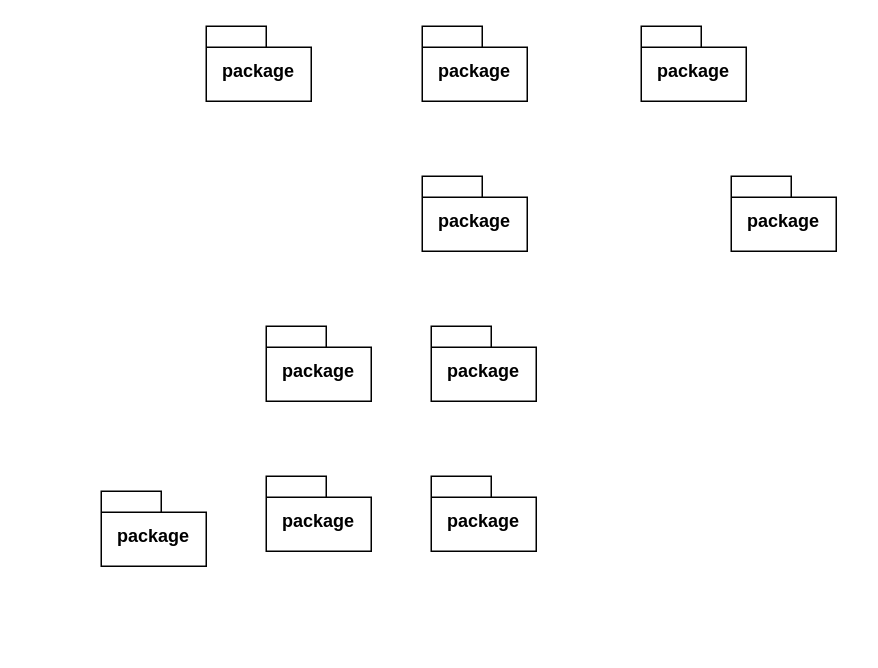
This is Diagrama_pacotes.drawio from davimicale/Patinho-Feio-do-Legume, a draw.io file, before an edit. Source tidied: cells renumbered, new cells numbered last; positions are measured from the earlier drawing's top-left corner, leaving out a move shared by most shapes. Both pictures are drawn from the tidied source at 150%, with x=0, y=0 at pixel (100, 26).
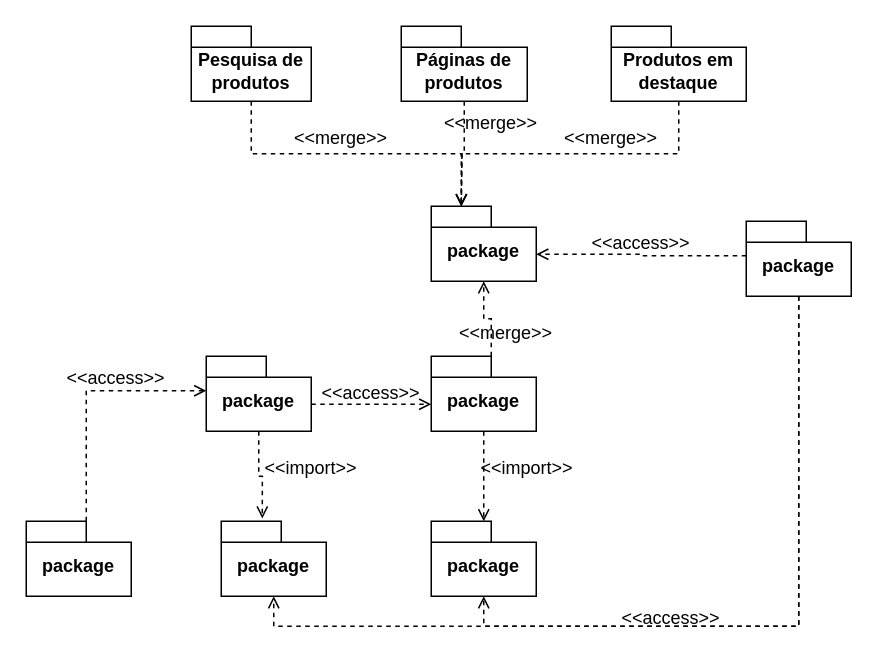
The same diagram, later.

Change to the diagram source:
```diff
@@
-    <mxCell id="2" value="package" style="shape=folder;fontStyle=1;spacingTop=10;tabWidth=40;tabHeight=14;tabPosition=left;html=1;whiteSpace=wrap;" parent="1" vertex="1">
-      <mxGeometry x="70" width="70" height="50" as="geometry" />
+    <mxCell id="2" value="Pesquisa de produtos" style="shape=folder;fontStyle=1;spacingTop=10;tabWidth=40;tabHeight=14;tabPosition=left;html=1;whiteSpace=wrap;" parent="1" vertex="1">
+      <mxGeometry x="60" width="80" height="50" as="geometry" />
     </mxCell>
+    <mxCell id="12" style="edgeStyle=orthogonalEdgeStyle;rounded=0;jettySize=auto;html=1;exitX=0.5;exitY=1;exitDx=0;exitDy=0;exitPerimeter=0;endArrow=open;endFill=0;dashed=1;" parent="1" edge="1" source="3">
+      <mxGeometry relative="1" as="geometry">
+        <mxPoint x="240" y="120" as="targetPoint" />
+      </mxGeometry>
+    </mxCell>
-    <mxCell id="3" value="package" style="shape=folder;fontStyle=1;spacingTop=10;tabWidth=40;tabHeight=14;tabPosition=left;html=1;whiteSpace=wrap;" parent="1" vertex="1">
-      <mxGeometry x="214" width="70" height="50" as="geometry" />
+    <mxCell id="3" value="Páginas de produtos" style="shape=folder;fontStyle=1;spacingTop=10;tabWidth=40;tabHeight=14;tabPosition=left;html=1;whiteSpace=wrap;" parent="1" vertex="1">
+      <mxGeometry x="200" width="84" height="50" as="geometry" />
     </mxCell>
+    <mxCell id="13" style="edgeStyle=orthogonalEdgeStyle;rounded=0;jettySize=auto;html=1;exitX=0.5;exitY=1;exitDx=0;exitDy=0;exitPerimeter=0;dashed=1;endArrow=open;endFill=0;" parent="1" edge="1" source="4">
+      <mxGeometry relative="1" as="geometry">
+        <mxPoint x="240" y="120" as="targetPoint" />
+      </mxGeometry>
+    </mxCell>
-    <mxCell id="4" value="package" style="shape=folder;fontStyle=1;spacingTop=10;tabWidth=40;tabHeight=14;tabPosition=left;html=1;whiteSpace=wrap;" parent="1" vertex="1">
-      <mxGeometry x="360" width="70" height="50" as="geometry" />
+    <mxCell id="4" value="Produtos em destaque" style="shape=folder;fontStyle=1;spacingTop=10;tabWidth=40;tabHeight=14;tabPosition=left;html=1;whiteSpace=wrap;" parent="1" vertex="1">
+      <mxGeometry x="340" width="90" height="50" as="geometry" />
     </mxCell>
     <mxCell id="5" value="package" style="shape=folder;fontStyle=1;spacingTop=10;tabWidth=40;tabHeight=14;tabPosition=left;html=1;whiteSpace=wrap;" parent="1" vertex="1">
-      <mxGeometry x="214" y="100" width="70" height="50" as="geometry" />
+      <mxGeometry x="220" y="120" width="70" height="50" as="geometry" />
     </mxCell>
+    <mxCell id="14" style="edgeStyle=orthogonalEdgeStyle;rounded=0;jettySize=auto;html=1;exitX=0.5;exitY=1;exitDx=0;exitDy=0;exitPerimeter=0;dashed=1;endArrow=open;endFill=0;" parent="1" edge="1" source="6" target="7">
+      <mxGeometry relative="1" as="geometry" />
+    </mxCell>
     <mxCell id="6" value="package" style="shape=folder;fontStyle=1;spacingTop=10;tabWidth=40;tabHeight=14;tabPosition=left;html=1;whiteSpace=wrap;" parent="1" vertex="1">
-      <mxGeometry x="220" y="200" width="70" height="50" as="geometry" />
+      <mxGeometry x="220" y="220" width="70" height="50" as="geometry" />
     </mxCell>
     <mxCell id="7" value="package" style="shape=folder;fontStyle=1;spacingTop=10;tabWidth=40;tabHeight=14;tabPosition=left;html=1;whiteSpace=wrap;" parent="1" vertex="1">
-      <mxGeometry x="220" y="300" width="70" height="50" as="geometry" />
+      <mxGeometry x="220" y="330" width="70" height="50" as="geometry" />
     </mxCell>
     <mxCell id="8" value="package" style="shape=folder;fontStyle=1;spacingTop=10;tabWidth=40;tabHeight=14;tabPosition=left;html=1;whiteSpace=wrap;" parent="1" vertex="1">
-      <mxGeometry x="420" y="100" width="70" height="50" as="geometry" />
+      <mxGeometry x="430" y="130" width="70" height="50" as="geometry" />
     </mxCell>
     <mxCell id="9" value="package" style="shape=folder;fontStyle=1;spacingTop=10;tabWidth=40;tabHeight=14;tabPosition=left;html=1;whiteSpace=wrap;" parent="1" vertex="1">
-      <mxGeometry x="110" y="200" width="70" height="50" as="geometry" />
+      <mxGeometry x="70" y="220" width="70" height="50" as="geometry" />
     </mxCell>
     <mxCell id="10" value="package" style="shape=folder;fontStyle=1;spacingTop=10;tabWidth=40;tabHeight=14;tabPosition=left;html=1;whiteSpace=wrap;" parent="1" vertex="1">
-      <mxGeometry x="110" y="300" width="70" height="50" as="geometry" />
+      <mxGeometry x="80" y="330" width="70" height="50" as="geometry" />
     </mxCell>
     <mxCell id="11" value="package" style="shape=folder;fontStyle=1;spacingTop=10;tabWidth=40;tabHeight=14;tabPosition=left;html=1;whiteSpace=wrap;" parent="1" vertex="1">
-      <mxGeometry y="310" width="70" height="50" as="geometry" />
+      <mxGeometry x="-50" y="330" width="70" height="50" as="geometry" />
     </mxCell>
+    <mxCell id="15" style="edgeStyle=orthogonalEdgeStyle;rounded=0;jettySize=auto;html=1;exitX=0.5;exitY=1;exitDx=0;exitDy=0;exitPerimeter=0;entryX=0;entryY=0;entryDx=20;entryDy=0;entryPerimeter=0;dashed=1;endArrow=open;endFill=0;" parent="1" edge="1" source="2" target="5">
+      <mxGeometry relative="1" as="geometry" />
+    </mxCell>
+    <mxCell id="16" value="&amp;lt;&amp;lt;merge&amp;gt;&amp;gt;" style="text;html=1;align=center;verticalAlign=middle;whiteSpace=wrap;rounded=0;" parent="1" vertex="1">
+      <mxGeometry x="310" y="60" width="60" height="30" as="geometry" />
+    </mxCell>
+    <mxCell id="17" value="&amp;lt;&amp;lt;merge&amp;gt;&amp;gt;" style="text;html=1;align=center;verticalAlign=middle;whiteSpace=wrap;rounded=0;" parent="1" vertex="1">
+      <mxGeometry x="130" y="60" width="60" height="30" as="geometry" />
+    </mxCell>
+    <mxCell id="18" value="&amp;lt;&amp;lt;merge&amp;gt;&amp;gt;" style="text;html=1;align=center;verticalAlign=middle;whiteSpace=wrap;rounded=0;" parent="1" vertex="1">
+      <mxGeometry x="230" y="50" width="60" height="30" as="geometry" />
+    </mxCell>
+    <mxCell id="19" style="edgeStyle=orthogonalEdgeStyle;rounded=0;jettySize=auto;html=1;exitX=0;exitY=0;exitDx=0;exitDy=23;exitPerimeter=0;entryX=0;entryY=0;entryDx=70;entryDy=32;entryPerimeter=0;dashed=1;endArrow=open;endFill=0;" parent="1" edge="1" source="8" target="5">
+      <mxGeometry relative="1" as="geometry" />
+    </mxCell>
+    <mxCell id="20" value="&amp;lt;&amp;lt;access&amp;gt;&amp;gt;" style="text;html=1;align=center;verticalAlign=middle;whiteSpace=wrap;rounded=0;" parent="1" vertex="1">
+      <mxGeometry x="330" y="130" width="60" height="30" as="geometry" />
+    </mxCell>
+    <mxCell id="21" style="edgeStyle=orthogonalEdgeStyle;rounded=0;jettySize=auto;html=1;exitX=0;exitY=0;exitDx=40;exitDy=0;exitPerimeter=0;entryX=0.5;entryY=1;entryDx=0;entryDy=0;entryPerimeter=0;dashed=1;endArrow=open;endFill=0;" parent="1" edge="1" source="6" target="5">
+      <mxGeometry relative="1" as="geometry" />
+    </mxCell>
+    <mxCell id="22" value="&amp;lt;&amp;lt;merge&amp;gt;&amp;gt;" style="text;html=1;align=center;verticalAlign=middle;whiteSpace=wrap;rounded=0;" parent="1" vertex="1">
+      <mxGeometry x="240" y="190" width="60" height="30" as="geometry" />
+    </mxCell>
+    <mxCell id="23" style="edgeStyle=orthogonalEdgeStyle;rounded=0;jettySize=auto;html=1;exitX=0;exitY=0;exitDx=70;exitDy=32;exitPerimeter=0;entryX=0;entryY=0;entryDx=0;entryDy=32;entryPerimeter=0;dashed=1;endArrow=open;endFill=0;" parent="1" edge="1" source="9" target="6">
+      <mxGeometry relative="1" as="geometry" />
+    </mxCell>
+    <mxCell id="24" value="&amp;lt;&amp;lt;access&amp;gt;&amp;gt;" style="text;html=1;align=center;verticalAlign=middle;whiteSpace=wrap;rounded=0;" parent="1" vertex="1">
+      <mxGeometry x="150" y="230" width="60" height="30" as="geometry" />
+    </mxCell>
+    <mxCell id="25" style="edgeStyle=orthogonalEdgeStyle;rounded=0;jettySize=auto;html=1;exitX=0;exitY=0;exitDx=40;exitDy=0;exitPerimeter=0;entryX=0;entryY=0;entryDx=0;entryDy=23;entryPerimeter=0;dashed=1;endArrow=open;endFill=0;" parent="1" edge="1" source="11" target="9">
+      <mxGeometry relative="1" as="geometry" />
+    </mxCell>
+    <mxCell id="26" value="&amp;lt;&amp;lt;access&amp;gt;&amp;gt;" style="text;html=1;align=center;verticalAlign=middle;whiteSpace=wrap;rounded=0;" parent="1" vertex="1">
+      <mxGeometry x="-20" y="220" width="60" height="30" as="geometry" />
+    </mxCell>
+    <mxCell id="27" style="edgeStyle=orthogonalEdgeStyle;rounded=0;jettySize=auto;html=1;exitX=0.5;exitY=1;exitDx=0;exitDy=0;exitPerimeter=0;entryX=0.5;entryY=1;entryDx=0;entryDy=0;entryPerimeter=0;dashed=1;endArrow=open;endFill=0;" parent="1" edge="1" source="8" target="7">
+      <mxGeometry relative="1" as="geometry" />
+    </mxCell>
+    <mxCell id="28" style="edgeStyle=orthogonalEdgeStyle;rounded=0;jettySize=auto;html=1;exitX=0.5;exitY=1;exitDx=0;exitDy=0;exitPerimeter=0;entryX=0.5;entryY=1;entryDx=0;entryDy=0;entryPerimeter=0;dashed=1;endArrow=open;endFill=0;" parent="1" edge="1" source="8" target="10">
+      <mxGeometry relative="1" as="geometry" />
+    </mxCell>
+    <mxCell id="29" value="&amp;lt;&amp;lt;access&amp;gt;&amp;gt;" style="text;html=1;align=center;verticalAlign=middle;whiteSpace=wrap;rounded=0;" parent="1" vertex="1">
+      <mxGeometry x="350" y="380" width="60" height="30" as="geometry" />
+    </mxCell>
+    <mxCell id="30" style="edgeStyle=orthogonalEdgeStyle;rounded=0;jettySize=auto;html=1;exitX=0.5;exitY=1;exitDx=0;exitDy=0;exitPerimeter=0;entryX=0.391;entryY=-0.037;entryDx=0;entryDy=0;entryPerimeter=0;dashed=1;endArrow=open;endFill=0;" parent="1" edge="1" source="9" target="10">
+      <mxGeometry relative="1" as="geometry" />
+    </mxCell>
+    <mxCell id="31" value="&amp;lt;&amp;lt;import&amp;gt;&amp;gt;" style="text;html=1;align=center;verticalAlign=middle;whiteSpace=wrap;rounded=0;" parent="1" vertex="1">
+      <mxGeometry x="254" y="280" width="60" height="30" as="geometry" />
+    </mxCell>
+    <mxCell id="32" value="&amp;lt;&amp;lt;import&amp;gt;&amp;gt;" style="text;html=1;align=center;verticalAlign=middle;whiteSpace=wrap;rounded=0;" parent="1" vertex="1">
+      <mxGeometry x="110" y="280" width="60" height="30" as="geometry" />
+    </mxCell>
```
